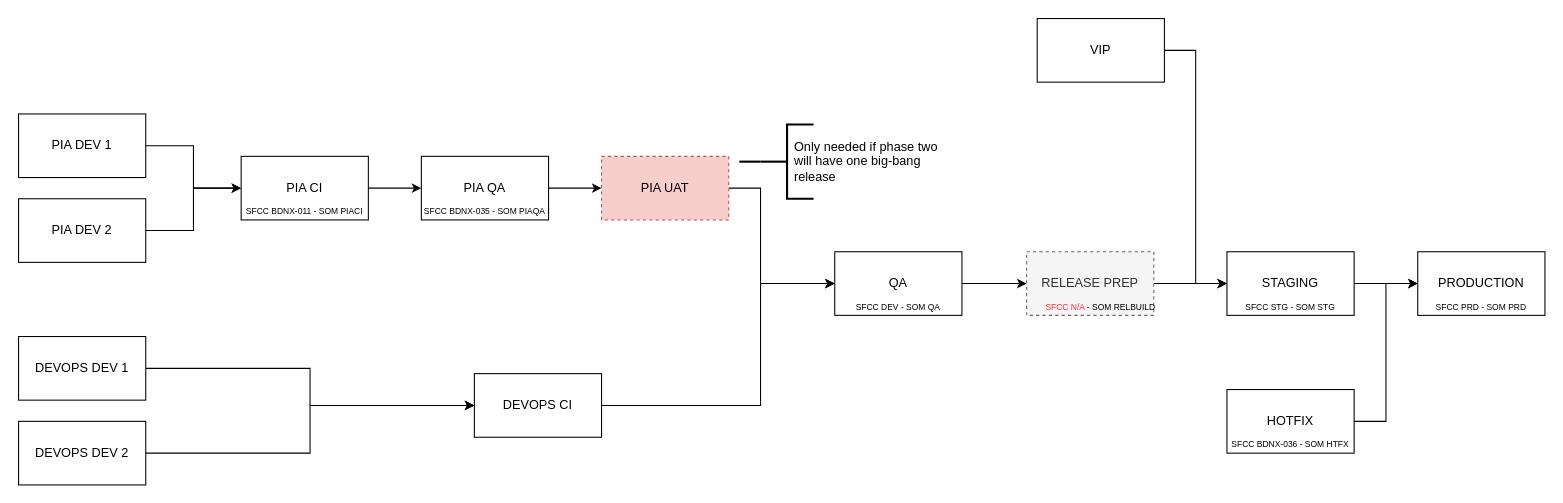
This is phase-two-pipeline.drawio from pettll/diagrams, a draw.io file, before an edit. Source tidied: cells renumbered, new cells numbered last; positions are measured from the earlier drawing's top-left corner, leaving out a move shared by most shapes. Both pictures are drawn from the tidied source at 106%, with x=0, y=0 at pixel (18, 18).
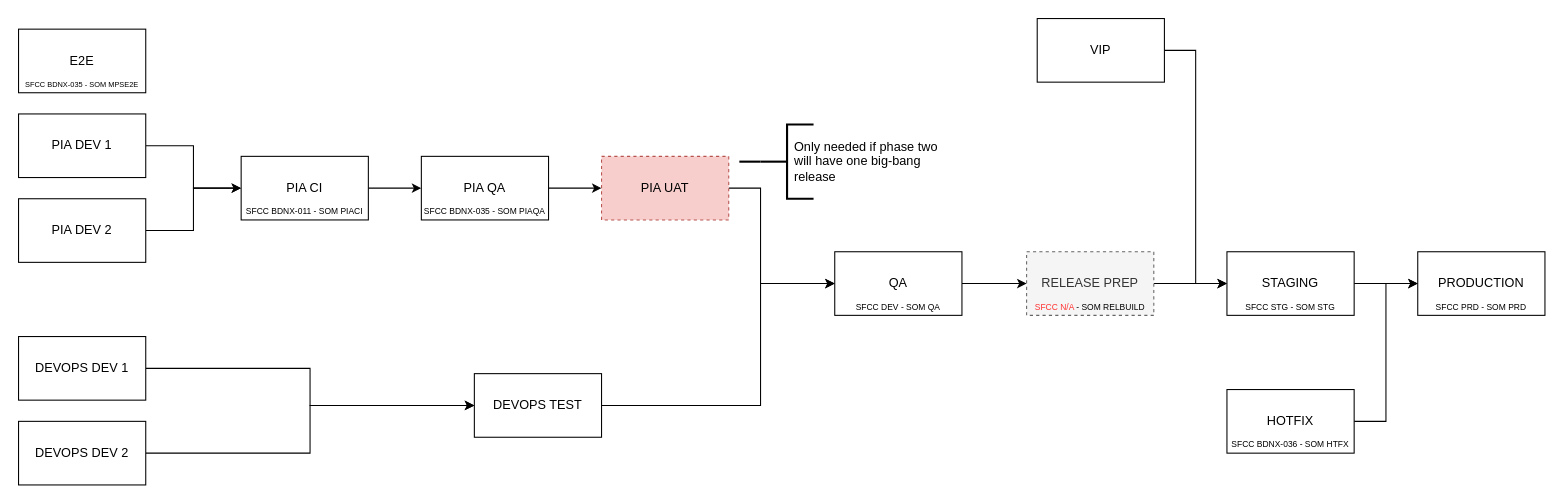
Above is the later version.

Diff of the diagram source:
```diff
@@
-    <mxCell id="19" value="DEVOPS CI" style="rounded=0;whiteSpace=wrap;html=1;" parent="1" vertex="1">
+    <mxCell id="19" value="DEVOPS TEST" style="rounded=0;whiteSpace=wrap;html=1;" parent="1" vertex="1">
       <mxGeometry x="430" y="335" width="120" height="60" as="geometry" />
     </mxCell>
@@
     <mxCell id="29" value="&lt;font color=&quot;#ff3333&quot;&gt;SFCC N/A&lt;/font&gt; - SOM RELBUILD" style="text;html=1;align=center;verticalAlign=bottom;whiteSpace=wrap;rounded=0;fontSize=8;" parent="1" vertex="1">
-      <mxGeometry x="961" y="260" width="120" height="20" as="geometry" />
+      <mxGeometry x="951" y="260" width="120" height="20" as="geometry" />
     </mxCell>
@@
+    <mxCell id="39" value="E2E" style="rounded=0;whiteSpace=wrap;html=1;" parent="1" vertex="1">
+      <mxGeometry y="10" width="120" height="60" as="geometry" />
+    </mxCell>
+    <mxCell id="40" value="&lt;font style=&quot;font-size: 7px;&quot;&gt;SFCC BDNX-035 - SOM MPSE2E&lt;/font&gt;" style="text;html=1;align=center;verticalAlign=bottom;whiteSpace=wrap;rounded=0;fontSize=8;" parent="1" vertex="1">
+      <mxGeometry y="50" width="120" height="20" as="geometry" />
+    </mxCell>
```
